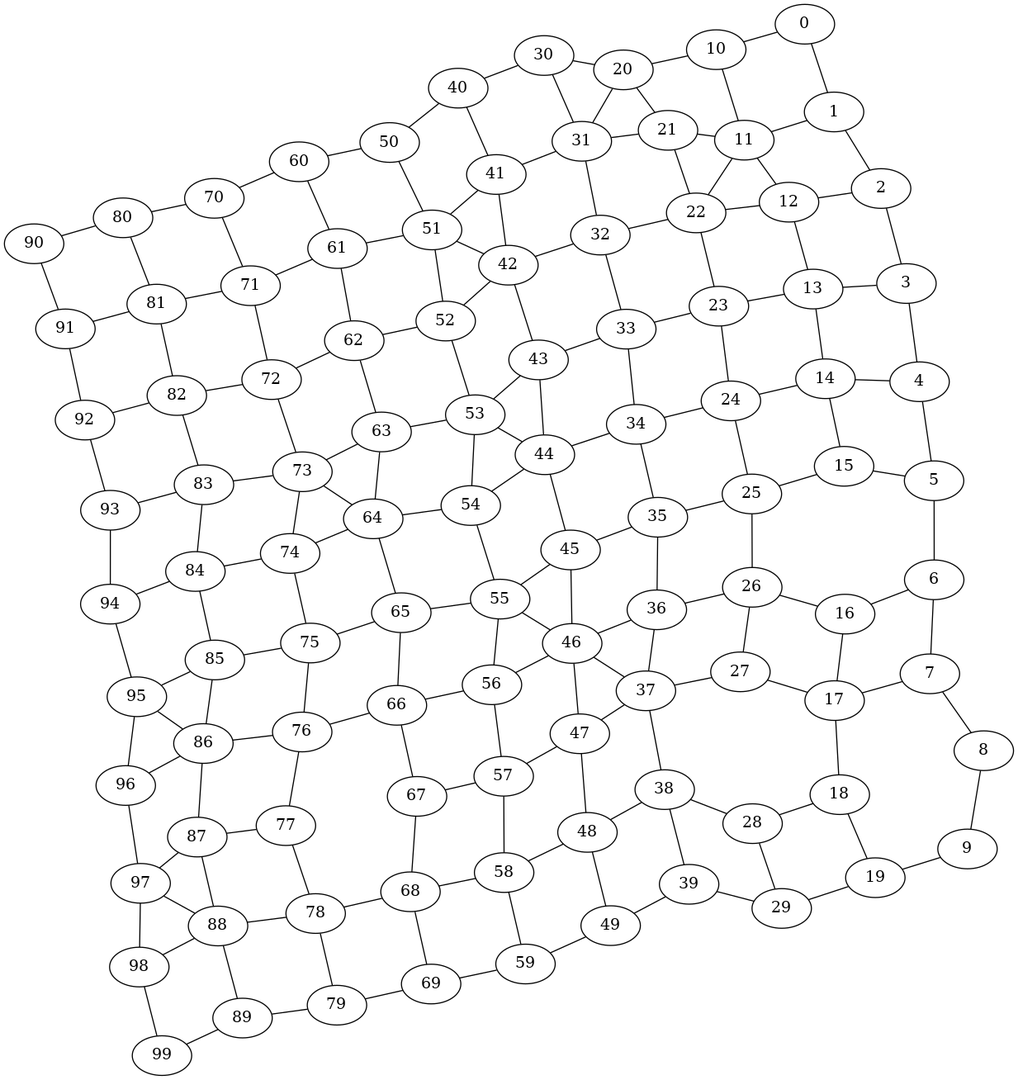
Earlier version of the Graphviz export fig/graph.png (lorenzorizzi17/urban_network). Its source is kept beside it as fig/graph.dot.
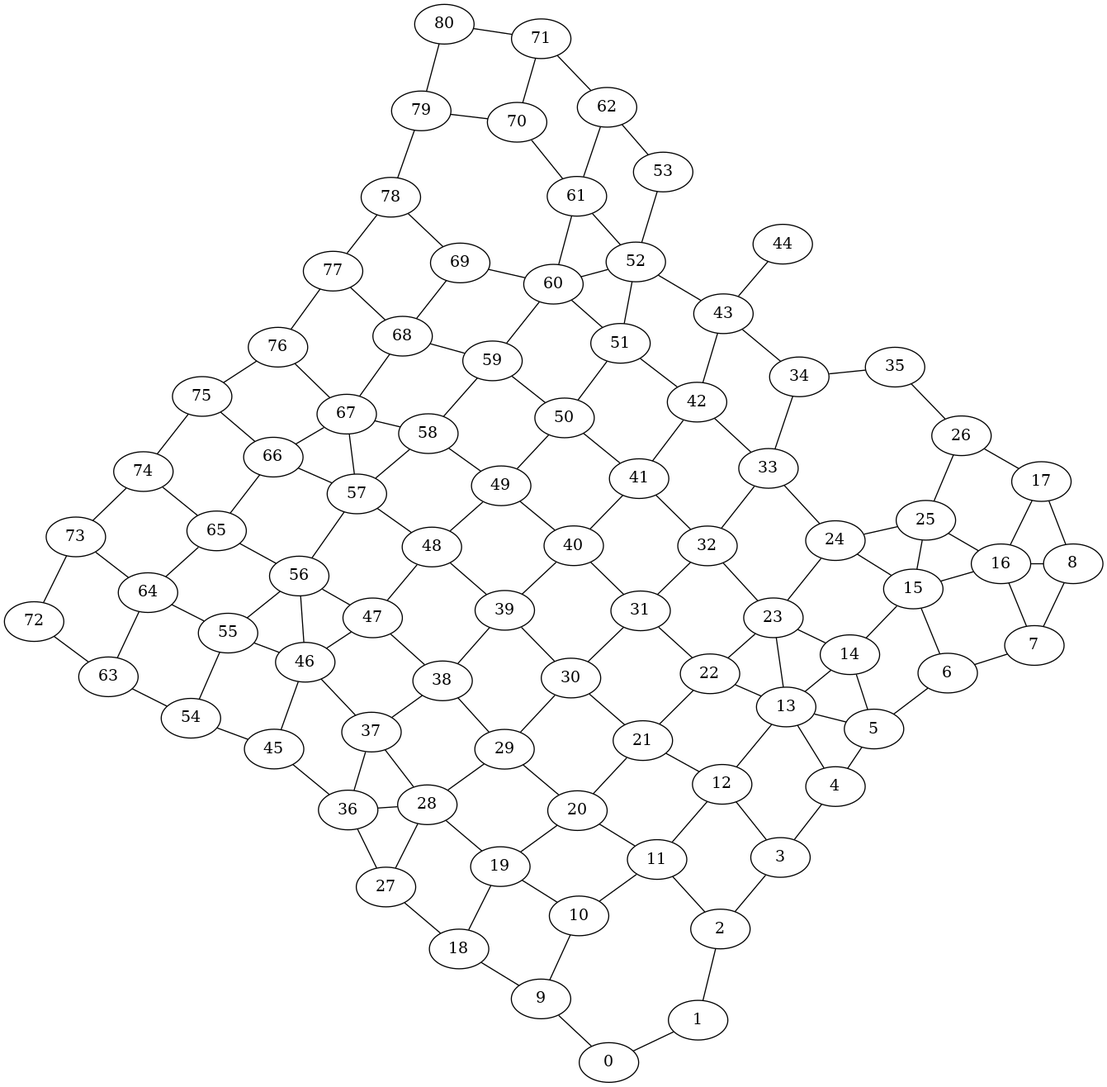
Above is the later version.

Diff of the diagram source:
```diff
@@ -80,208 +80,151 @@
 78;
 79;
 80;
-81;
-82;
-83;
-84;
-85;
-86;
-87;
-88;
-89;
-90;
-91;
-92;
-93;
-94;
-95;
-96;
-97;
-98;
-99;
 0--1 ;
-0--10 ;
-1--11 ;
+0--9 ;
 1--2 ;
-2--12 ;
+2--11 ;
 2--3 ;
-3--13 ;
+3--12 ;
 3--4 ;
-4--14 ;
+4--13 ;
 4--5 ;
-5--15 ;
+5--14 ;
 5--6 ;
-6--16 ;
+6--15 ;
 6--7 ;
-7--17 ;
+7--16 ;
 7--8 ;
-8--9 ;
-9--19 ;
+8--17 ;
+9--10 ;
+9--18 ;
+10--19 ;
 10--11 ;
-10--20 ;
-11--21 ;
+11--20 ;
 11--12 ;
-12--22 ;
+12--21 ;
 12--13 ;
+13--22 ;
+13--14 ;
+14--23 ;
+14--15 ;
+15--24 ;
+15--16 ;
+16--25 ;
+16--17 ;
+17--26 ;
+18--19 ;
+18--27 ;
+19--28 ;
+19--20 ;
+20--29 ;
+20--21 ;
+21--30 ;
+21--22 ;
+22--31 ;
+22--23 ;
+23--32 ;
+23--24 ;
+24--33 ;
+24--25 ;
+25--26 ;
+26--35 ;
+27--28 ;
+27--36 ;
+28--37 ;
+28--29 ;
+29--38 ;
+29--30 ;
+30--39 ;
+30--31 ;
+31--40 ;
+31--32 ;
+32--41 ;
+32--33 ;
+33--42 ;
+33--34 ;
+34--43 ;
+34--35 ;
+36--37 ;
+36--45 ;
+37--46 ;
+37--38 ;
+38--47 ;
+38--39 ;
+39--48 ;
+39--40 ;
+40--49 ;
+40--41 ;
+41--50 ;
+41--42 ;
+42--51 ;
+42--43 ;
+43--52 ;
+43--44 ;
+45--46 ;
+45--54 ;
+46--55 ;
+46--47 ;
+47--56 ;
+47--48 ;
+48--57 ;
+48--49 ;
+49--58 ;
+49--50 ;
+50--59 ;
+50--51 ;
+51--60 ;
+51--52 ;
+52--61 ;
+52--53 ;
+53--62 ;
+54--55 ;
+54--63 ;
+55--64 ;
+55--56 ;
+56--65 ;
+56--57 ;
+57--66 ;
+57--58 ;
+58--67 ;
+58--59 ;
+59--68 ;
+59--60 ;
+60--69 ;
+60--61 ;
+61--70 ;
+61--62 ;
+62--71 ;
+63--64 ;
+63--72 ;
+64--73 ;
+64--65 ;
+65--74 ;
+65--66 ;
+66--75 ;
+66--67 ;
+67--76 ;
+67--68 ;
+68--77 ;
+68--69 ;
+69--78 ;
+70--79 ;
+70--71 ;
+71--80 ;
+72--73 ;
+73--74 ;
+74--75 ;
+75--76 ;
+76--77 ;
+77--78 ;
+78--79 ;
+79--80 ;
+28--36 ;
+67--57 ;
+56--46 ;
+52--60 ;
+16--8 ;
+15--25 ;
+13--5 ;
 13--23 ;
-13--14 ;
-14--24 ;
-14--15 ;
-15--25 ;
-16--26 ;
-16--17 ;
-17--27 ;
-17--18 ;
-18--28 ;
-18--19 ;
-19--29 ;
-20--21 ;
-20--30 ;
-21--31 ;
-21--22 ;
-22--32 ;
-22--23 ;
-23--33 ;
-23--24 ;
-24--34 ;
-24--25 ;
-25--35 ;
-25--26 ;
-26--36 ;
-26--27 ;
-27--37 ;
-28--38 ;
-28--29 ;
-29--39 ;
-30--31 ;
-30--40 ;
-31--41 ;
-31--32 ;
-32--42 ;
-32--33 ;
-33--43 ;
-33--34 ;
-34--44 ;
-34--35 ;
-35--45 ;
-35--36 ;
-36--46 ;
-36--37 ;
-37--47 ;
-37--38 ;
-38--48 ;
-38--39 ;
-39--49 ;
-40--41 ;
-40--50 ;
-41--51 ;
-41--42 ;
-42--52 ;
-42--43 ;
-43--53 ;
-43--44 ;
-44--54 ;
-44--45 ;
-45--55 ;
-45--46 ;
-46--56 ;
-46--47 ;
-47--57 ;
-47--48 ;
-48--58 ;
-48--49 ;
-49--59 ;
-50--51 ;
-50--60 ;
-51--61 ;
-51--52 ;
-52--62 ;
-52--53 ;
-53--63 ;
-53--54 ;
-54--64 ;
-54--55 ;
-55--65 ;
-55--56 ;
-56--66 ;
-56--57 ;
-57--67 ;
-57--58 ;
-58--68 ;
-58--59 ;
-59--69 ;
-60--61 ;
-60--70 ;
-61--71 ;
-61--62 ;
-62--72 ;
-62--63 ;
-63--73 ;
-63--64 ;
-64--74 ;
-64--65 ;
-65--75 ;
-65--66 ;
-66--76 ;
-66--67 ;
-67--68 ;
-68--78 ;
-68--69 ;
-69--79 ;
-70--71 ;
-70--80 ;
-71--81 ;
-71--72 ;
-72--82 ;
-72--73 ;
-73--83 ;
-73--74 ;
-74--84 ;
-74--75 ;
-75--85 ;
-75--76 ;
-76--86 ;
-76--77 ;
-77--87 ;
-77--78 ;
-78--88 ;
-78--79 ;
-79--89 ;
-80--81 ;
-80--90 ;
-81--91 ;
-81--82 ;
-82--92 ;
-82--83 ;
-83--93 ;
-83--84 ;
-84--94 ;
-84--85 ;
-85--95 ;
-85--86 ;
-86--96 ;
-86--87 ;
-87--97 ;
-87--88 ;
-88--98 ;
-88--89 ;
-89--99 ;
-90--91 ;
-91--92 ;
-92--93 ;
-93--94 ;
-94--95 ;
-95--96 ;
-96--97 ;
-97--98 ;
-98--99 ;
-73--64 ;
-51--42 ;
-46--55 ;
-44--53 ;
-88--97 ;
-31--20 ;
-22--11 ;
-46--37 ;
-86--95 ;
 }
```
